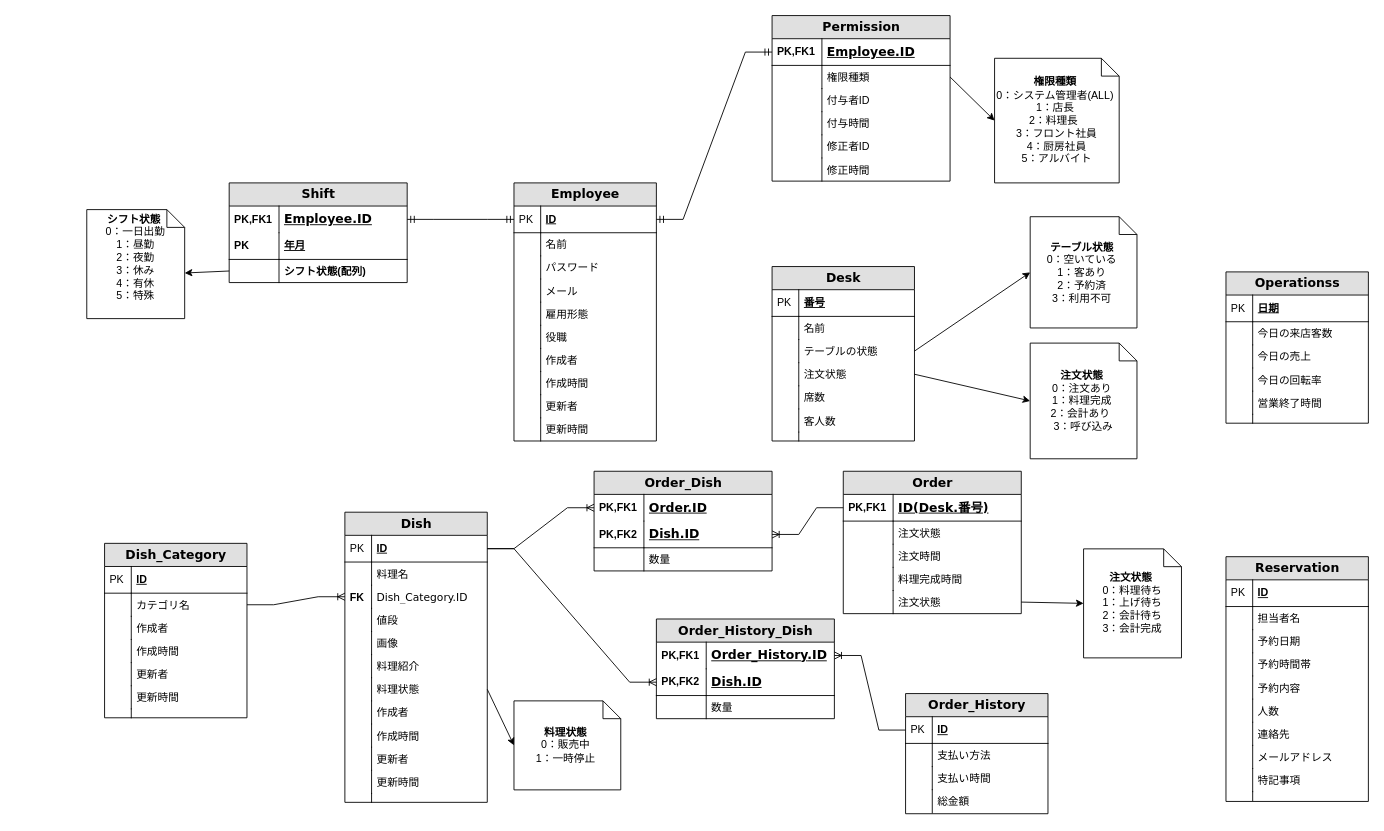
Earlier version of the draw.io diagram 就職作品/データベース設計.drawio (aggujhh/my_draws). Source tidied: cells renumbered, new cells numbered last; positions are measured from the earlier drawing's top-left corner, leaving out a move shared by most shapes. Both pictures are drawn from the tidied source at 89%, with x=0, y=0 at pixel (86, 15).
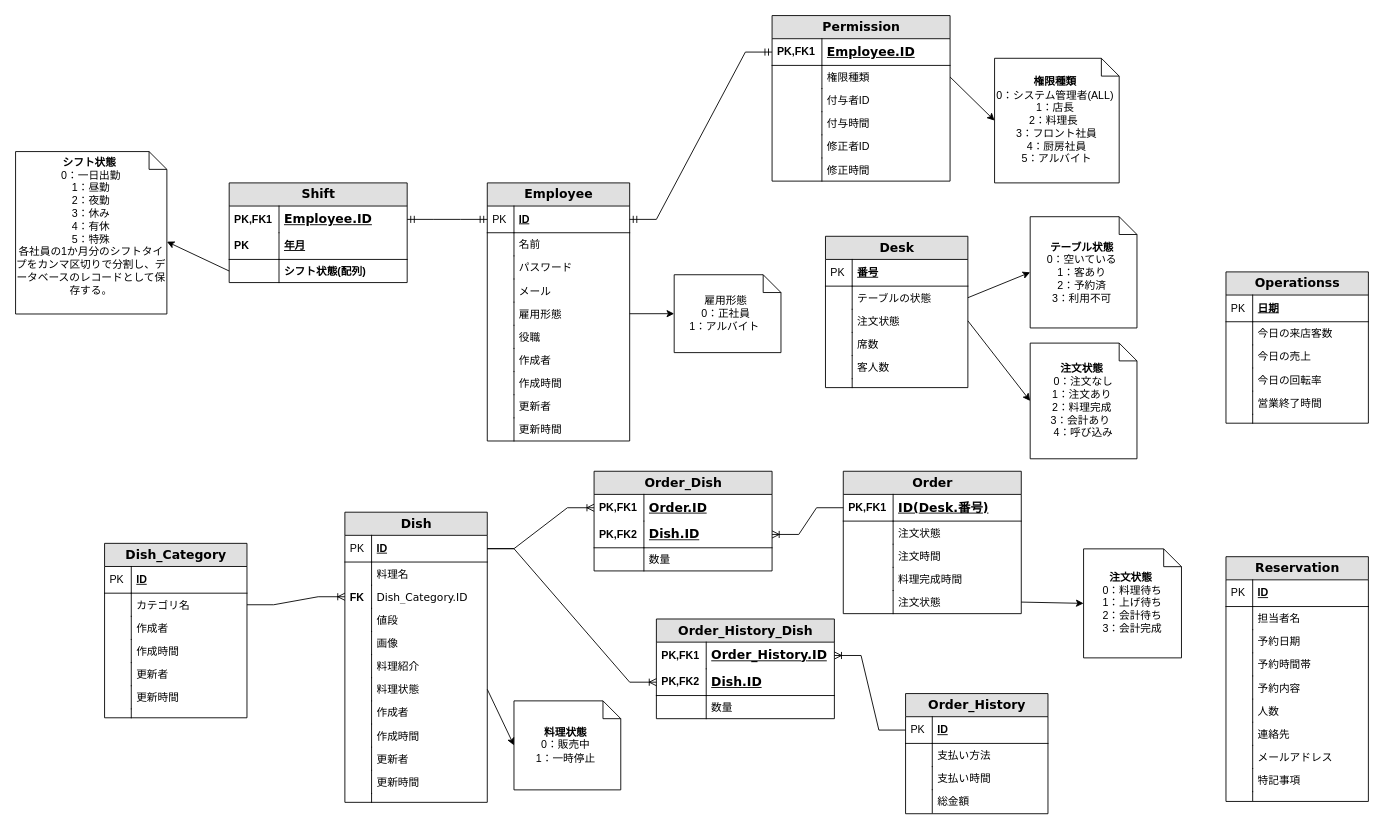
After the change.

Commit message:
更新データベース設計.drawio

Unchanged cells that the change refers to:
```xml
<mxCell id="11" value="&lt;span&gt;&lt;/span&gt;&lt;span&gt;&lt;/span&gt;&lt;span style=&quot;white-space-collapse: preserve;&quot;&gt;雇用形態&lt;/span&gt;" style="shape=partialRectangle;top=0;left=0;right=0;bottom=0;html=1;align=left;verticalAlign=top;fillColor=none;spacingLeft=34;spacingRight=4;whiteSpace=wrap;overflow=hidden;points=[[0,0.5],[1,0.5]];portConstraint=eastwest;" parent="2" vertex="1">
  <mxGeometry y="134" width="160" height="26" as="geometry" />
</mxCell>
<mxCell id="151" value="&lt;b style=&quot;text-align: center;&quot;&gt;シフト状態(配列)&lt;/b&gt;" style="shape=partialRectangle;top=0;left=0;right=0;bottom=0;html=1;align=left;verticalAlign=top;fillColor=none;spacingLeft=60;spacingRight=4;whiteSpace=wrap;overflow=hidden;points=[[0,0.5],[1,0.5]];portConstraint=eastwest;" parent="146" vertex="1">
  <mxGeometry y="86" width="200" height="26" as="geometry" />
</mxCell>
```

Change to the diagram source:
```diff
@@
     <mxCell id="2" value="&lt;strong&gt;Employee&lt;/strong&gt;" style="swimlane;html=1;fontStyle=0;horizontal=1;startSize=26;fillColor=#e0e0e0;swimlaneFillColor=#ffffff;align=center;rounded=0;shadow=0;comic=0;labelBackgroundColor=none;strokeWidth=1;fontFamily=Verdana;fontSize=14;" parent="1" vertex="1">
-      <mxGeometry x="480" y="188" width="160" height="290" as="geometry" />
+      <mxGeometry x="450" y="188" width="160" height="290" as="geometry" />
     </mxCell>
@@
     <mxCell id="23" value="&lt;b&gt;Desk&lt;/b&gt;" style="swimlane;html=1;fontStyle=0;horizontal=1;startSize=26;fillColor=#e0e0e0;swimlaneFillColor=#ffffff;align=center;rounded=0;shadow=0;comic=0;labelBackgroundColor=none;strokeWidth=1;fontFamily=Verdana;fontSize=14;" parent="1" vertex="1">
-      <mxGeometry x="770" y="282" width="160" height="196" as="geometry" />
+      <mxGeometry x="830" y="248" width="160" height="170" as="geometry" />
     </mxCell>
@@
-    <mxCell id="26" value="名前" style="shape=partialRectangle;top=0;left=0;right=0;bottom=0;html=1;align=left;verticalAlign=top;fillColor=none;spacingLeft=34;spacingRight=4;whiteSpace=wrap;overflow=hidden;" parent="23" vertex="1">
-      <mxGeometry y="56" width="160" height="26" as="geometry" />
-    </mxCell>
-    <mxCell id="27" style="shape=partialRectangle;top=0;left=0;bottom=0;html=1;fillColor=none;align=left;verticalAlign=top;spacingLeft=4;spacingRight=4;whiteSpace=wrap;overflow=hidden;" parent="26" vertex="1">
-      <mxGeometry width="30" height="26" as="geometry" />
-    </mxCell>
     <mxCell id="28" value="テーブルの状態" style="shape=partialRectangle;top=0;left=0;right=0;bottom=0;html=1;align=left;verticalAlign=top;fillColor=none;spacingLeft=34;spacingRight=4;whiteSpace=wrap;overflow=hidden;points=[[0,0.5],[1,0.5]];portConstraint=eastwest;" parent="23" vertex="1">
-      <mxGeometry y="82" width="160" height="26" as="geometry" />
+      <mxGeometry y="56" width="160" height="26" as="geometry" />
     </mxCell>
@@
     <mxCell id="30" value="注文状態" style="shape=partialRectangle;top=0;left=0;right=0;bottom=0;html=1;align=left;verticalAlign=top;fillColor=none;spacingLeft=34;spacingRight=4;whiteSpace=wrap;overflow=hidden;points=[[0,0.5],[1,0.5]];portConstraint=eastwest;" parent="23" vertex="1">
-      <mxGeometry y="108" width="160" height="26" as="geometry" />
+      <mxGeometry y="82" width="160" height="26" as="geometry" />
     </mxCell>
@@
     <mxCell id="32" value="席数" style="shape=partialRectangle;top=0;left=0;right=0;bottom=0;html=1;align=left;verticalAlign=top;fillColor=none;spacingLeft=34;spacingRight=4;whiteSpace=wrap;overflow=hidden;" parent="23" vertex="1">
-      <mxGeometry y="134" width="160" height="26" as="geometry" />
+      <mxGeometry y="108" width="160" height="26" as="geometry" />
     </mxCell>
@@
     <mxCell id="34" value="客人数" style="shape=partialRectangle;top=0;left=0;right=0;bottom=0;html=1;align=left;verticalAlign=top;fillColor=none;spacingLeft=34;spacingRight=4;whiteSpace=wrap;overflow=hidden;" parent="23" vertex="1">
-      <mxGeometry y="160" width="160" height="26" as="geometry" />
+      <mxGeometry y="134" width="160" height="26" as="geometry" />
     </mxCell>
@@
     <mxCell id="36" style="shape=partialRectangle;top=0;left=0;right=0;bottom=0;html=1;align=left;verticalAlign=top;fillColor=none;spacingLeft=34;spacingRight=4;whiteSpace=wrap;overflow=hidden;" parent="23" vertex="1">
-      <mxGeometry y="186" width="160" height="10" as="geometry" />
+      <mxGeometry y="160" width="160" height="10" as="geometry" />
     </mxCell>
@@
-    <mxCell id="155" value="&lt;span style=&quot;text-align: left;&quot;&gt;&lt;b&gt;注文&lt;/b&gt;&lt;/span&gt;&lt;span style=&quot;text-align: left;&quot;&gt;&lt;b&gt;状態&lt;/b&gt;&lt;/span&gt;&amp;nbsp;&lt;div&gt;&lt;span style=&quot;background-color: initial;&quot;&gt;0：注文あり&amp;nbsp;&lt;/span&gt;&lt;/div&gt;&lt;div&gt;1：料理完成&amp;nbsp;&lt;/div&gt;&lt;div&gt;2：会計&lt;span style=&quot;background-color: initial;&quot;&gt;あり&amp;nbsp;&lt;/span&gt;&lt;span style=&quot;background-color: initial;&quot;&gt;&amp;nbsp;&lt;/span&gt;&lt;/div&gt;&lt;div&gt;3：&lt;span style=&quot;white-space-collapse: preserve; background-color: initial;&quot;&gt;呼び込み&lt;/span&gt;&lt;/div&gt;&lt;span&gt;&lt;/span&gt;" style="shape=note;size=20;whiteSpace=wrap;html=1;" parent="1" vertex="1">
+    <mxCell id="155" value="&lt;span style=&quot;text-align: left;&quot;&gt;&lt;b&gt;注文&lt;/b&gt;&lt;/span&gt;&lt;span style=&quot;text-align: left;&quot;&gt;&lt;b&gt;状態&lt;/b&gt;&lt;/span&gt;&amp;nbsp;&lt;br&gt;0：注文なし&lt;br&gt;&lt;div&gt;&lt;span style=&quot;background-color: initial;&quot;&gt;1：注文あり&amp;nbsp;&lt;/span&gt;&lt;/div&gt;&lt;div&gt;2：料理完成&amp;nbsp;&lt;/div&gt;&lt;div&gt;3：会計&lt;span style=&quot;background-color: initial;&quot;&gt;あり&amp;nbsp;&lt;/span&gt;&lt;span style=&quot;background-color: initial;&quot;&gt;&amp;nbsp;&lt;/span&gt;&lt;/div&gt;&lt;div&gt;4：&lt;span style=&quot;white-space-collapse: preserve; background-color: initial;&quot;&gt;呼び込み&lt;/span&gt;&lt;/div&gt;&lt;span&gt;&lt;/span&gt;" style="shape=note;size=20;whiteSpace=wrap;html=1;" parent="1" vertex="1">
       <mxGeometry x="1060" y="368" width="120" height="130" as="geometry" />
     </mxCell>
@@
-    <mxCell id="157" value="&lt;b&gt;シフト状態&lt;/b&gt;&amp;nbsp;&lt;div&gt;&lt;div&gt;0：一日出勤&lt;/div&gt;&lt;div&gt;1：昼勤&lt;/div&gt;&lt;div&gt;2：夜勤&lt;/div&gt;&lt;div&gt;3：休み&lt;/div&gt;&lt;/div&gt;&lt;div&gt;4：有休&lt;/div&gt;&lt;div&gt;&lt;div&gt;5：特殊&lt;/div&gt;&lt;div&gt;&lt;br&gt;&lt;/div&gt;&lt;/div&gt;" style="shape=note;size=20;whiteSpace=wrap;html=1;" parent="1" vertex="1">
-      <mxGeometry y="218" width="110" height="122.5" as="geometry" />
+    <mxCell id="157" value="&lt;b&gt;シフト状態&lt;/b&gt;&amp;nbsp;&lt;div&gt;&lt;div&gt;0：一日出勤&lt;/div&gt;&lt;div&gt;1：昼勤&lt;/div&gt;&lt;div&gt;2：夜勤&lt;/div&gt;&lt;div&gt;3：休み&lt;/div&gt;&lt;/div&gt;&lt;div&gt;4：有休&lt;/div&gt;&lt;div&gt;&lt;div&gt;5：特殊&lt;br&gt;各社員の1か月分のシフトタイプをカンマ区切りで分割し、データベースのレコードとして保存する。&lt;/div&gt;&lt;div&gt;&lt;br&gt;&lt;/div&gt;&lt;/div&gt;" style="shape=note;size=20;whiteSpace=wrap;html=1;" parent="1" vertex="1">
+      <mxGeometry x="-80" y="152.8" width="170" height="182.5" as="geometry" />
     </mxCell>
@@
-    <mxCell id="184" style="endArrow=classic;html=1;rounded=0;exitX=0;exitY=0.5;exitDx=0;exitDy=0;entryX=0;entryY=0;entryDx=110;entryDy=71.25;entryPerimeter=0;" parent="1" edge="1" source="151" target="157">
+    <mxCell id="184" style="endArrow=classic;html=1;rounded=0;exitX=0;exitY=0.5;exitDx=0;exitDy=0;entryX=0;entryY=0;entryDx=170;entryDy=101.25;entryPerimeter=0;" parent="1" edge="1" source="151" target="157">
       <mxGeometry relative="1" as="geometry" />
     </mxCell>
+    <mxCell id="185" value="&lt;span style=&quot;text-align: left; white-space-collapse: preserve;&quot;&gt;雇用形態&lt;/span&gt;&amp;nbsp;&lt;div&gt;0：正社員&amp;nbsp;&lt;/div&gt;&lt;div&gt;1：アルバイト&amp;nbsp;&lt;span style=&quot;background-color: initial;&quot;&gt;&amp;nbsp;&lt;/span&gt;&lt;/div&gt;" style="shape=note;size=20;whiteSpace=wrap;html=1;" parent="1" vertex="1">
+      <mxGeometry x="660" y="291.2" width="120" height="87.5" as="geometry" />
+    </mxCell>
+    <mxCell id="186" style="endArrow=classic;html=1;rounded=0;exitX=1;exitY=0.5;exitDx=0;exitDy=0;entryX=0;entryY=0.5;entryDx=0;entryDy=0;entryPerimeter=0;" parent="1" edge="1" source="11" target="185">
+      <mxGeometry relative="1" as="geometry" />
+    </mxCell>
```
